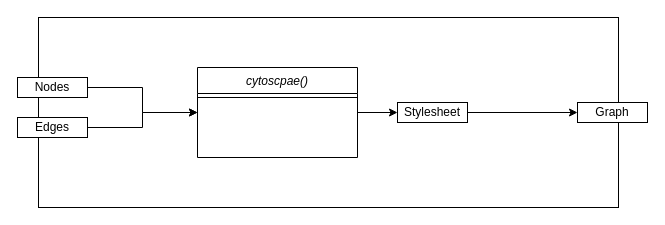
Earlier version of the draw.io diagram documentation/Untitled Diagram.drawio (yasseen-salama/causal-inference-game). Source tidied: cells renumbered, new cells numbered last; positions are measured from the earlier drawing's top-left corner, leaving out a move shared by most shapes. Both pictures are drawn from the tidied source at 100%, with x=0, y=0 at pixel (17, 17).
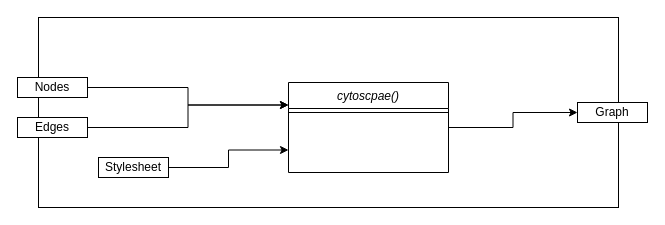
The same diagram, later.

The edit, as a diff of the source:
```diff
@@
 <mxGraphModel>
   <root>
     <mxCell id="0" />
     <mxCell id="1" parent="0" />
     <mxCell id="2" style="rounded=0;whiteSpace=wrap;html=1;" parent="1" vertex="1">
       <mxGeometry x="21" width="580" height="190" as="geometry" />
     </mxCell>
-    <mxCell id="3" style="edgeStyle=orthogonalEdgeStyle;rounded=0;jettySize=auto;html=1;entryX=0;entryY=0.5;entryDx=0;entryDy=0;" parent="1" edge="1" source="4" target="8">
+    <mxCell id="3" style="edgeStyle=orthogonalEdgeStyle;rounded=0;jettySize=auto;html=1;entryX=0;entryY=0.25;entryDx=0;entryDy=0;" parent="1" edge="1" source="4" target="8">
       <mxGeometry relative="1" as="geometry" />
     </mxCell>
     <mxCell id="4" value="Nodes" style="rounded=0;whiteSpace=wrap;html=1;" parent="1" vertex="1">
       <mxGeometry y="60" width="70" height="20" as="geometry" />
     </mxCell>
-    <mxCell id="5" style="edgeStyle=orthogonalEdgeStyle;rounded=0;jettySize=auto;html=1;entryX=0;entryY=0.5;entryDx=0;entryDy=0;" parent="1" edge="1" source="6" target="8">
+    <mxCell id="5" style="edgeStyle=orthogonalEdgeStyle;rounded=0;jettySize=auto;html=1;entryX=0;entryY=0.25;entryDx=0;entryDy=0;" parent="1" edge="1" source="6" target="8">
       <mxGeometry relative="1" as="geometry" />
     </mxCell>
     <mxCell id="6" value="Edges" style="rounded=0;whiteSpace=wrap;html=1;" parent="1" vertex="1">
       <mxGeometry y="100" width="70" height="20" as="geometry" />
     </mxCell>
-    <mxCell id="7" style="edgeStyle=orthogonalEdgeStyle;rounded=0;jettySize=auto;html=1;" parent="1" edge="1" source="8" target="11">
-      <mxGeometry relative="1" as="geometry" />
-    </mxCell>
+    <mxCell id="13" style="edgeStyle=orthogonalEdgeStyle;rounded=0;jettySize=auto;html=1;entryX=0;entryY=0.5;entryDx=0;entryDy=0;" parent="1" edge="1" source="8" target="12">
+      <mxGeometry relative="1" as="geometry" />
+    </mxCell>
     <mxCell id="8" value="cytoscpae()" style="swimlane;fontStyle=2;align=center;verticalAlign=top;horizontal=1;startSize=26;rounded=0;shadow=0;strokeWidth=1;" parent="1" vertex="1">
-      <mxGeometry x="180" y="50" width="160" height="90" as="geometry" />
+      <mxGeometry x="271" y="65" width="160" height="90" as="geometry" />
     </mxCell>
     <mxCell id="9" style="line;html=1;strokeWidth=1;align=left;verticalAlign=middle;spacingTop=-1;spacingLeft=3;spacingRight=3;labelPosition=right;" parent="8" vertex="1">
       <mxGeometry y="26" width="160" height="8" as="geometry" />
     </mxCell>
-    <mxCell id="10" style="edgeStyle=orthogonalEdgeStyle;rounded=0;jettySize=auto;html=1;" parent="1" edge="1" source="11" target="12">
-      <mxGeometry relative="1" as="geometry" />
-    </mxCell>
+    <mxCell id="14" style="edgeStyle=orthogonalEdgeStyle;rounded=0;jettySize=auto;html=1;entryX=0;entryY=0.75;entryDx=0;entryDy=0;" parent="1" edge="1" source="11" target="8">
+      <mxGeometry relative="1" as="geometry" />
+    </mxCell>
     <mxCell id="11" value="Stylesheet" style="rounded=0;whiteSpace=wrap;html=1;" parent="1" vertex="1">
-      <mxGeometry x="380" y="85" width="70" height="20" as="geometry" />
+      <mxGeometry x="81" y="140" width="70" height="20" as="geometry" />
     </mxCell>
     <mxCell id="12" value="Graph" style="rounded=0;whiteSpace=wrap;html=1;" parent="1" vertex="1">
       <mxGeometry x="560" y="85" width="70" height="20" as="geometry" />
     </mxCell>
   </root>
 </mxGraphModel>
```
